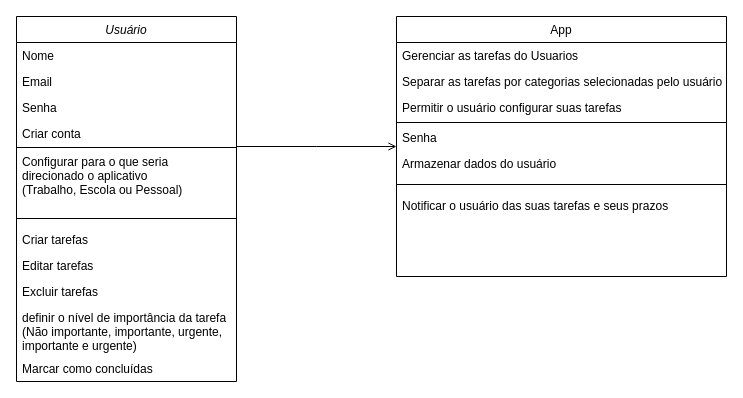
Before: Diagrama sem nome.drawio in Lotharzin/Sistema-de-gerenciamento-de-tarefas, a draw.io diagram. Source tidied: cells renumbered, new cells numbered last; positions are measured from the earlier drawing's top-left corner, leaving out a move shared by most shapes. Both pictures are drawn from the tidied source at 100%, with x=0, y=0 at pixel (16, 16).
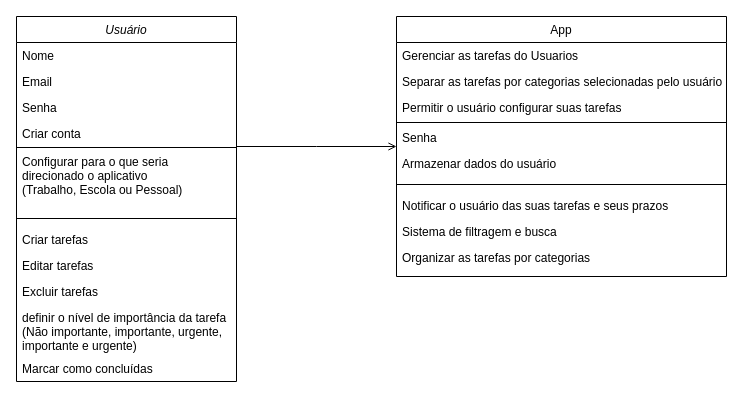
After the change.

Unchanged cells that the change refers to:
```xml
<mxCell id="15" value="App" style="swimlane;fontStyle=0;align=center;verticalAlign=top;horizontal=1;startSize=26;rounded=0;shadow=0;strokeWidth=1;" parent="1" vertex="1">
  <mxGeometry x="380" width="330" height="260" as="geometry" />
</mxCell>
```

The edit, as a diff of the source:
```diff
@@
+    <mxCell id="25" value="Sistema de filtragem e busca" style="text;align=left;verticalAlign=top;spacingLeft=4;spacingRight=4;overflow=hidden;rounded=0;shadow=0;html=0;" parent="15" vertex="1">
+      <mxGeometry y="202" width="330" height="26" as="geometry" />
+    </mxCell>
+    <mxCell id="26" value="Organizar as tarefas por categorias  " style="text;align=left;verticalAlign=top;spacingLeft=4;spacingRight=4;overflow=hidden;rounded=0;shadow=0;html=0;" parent="15" vertex="1">
+      <mxGeometry y="228" width="330" height="26" as="geometry" />
+    </mxCell>
```
